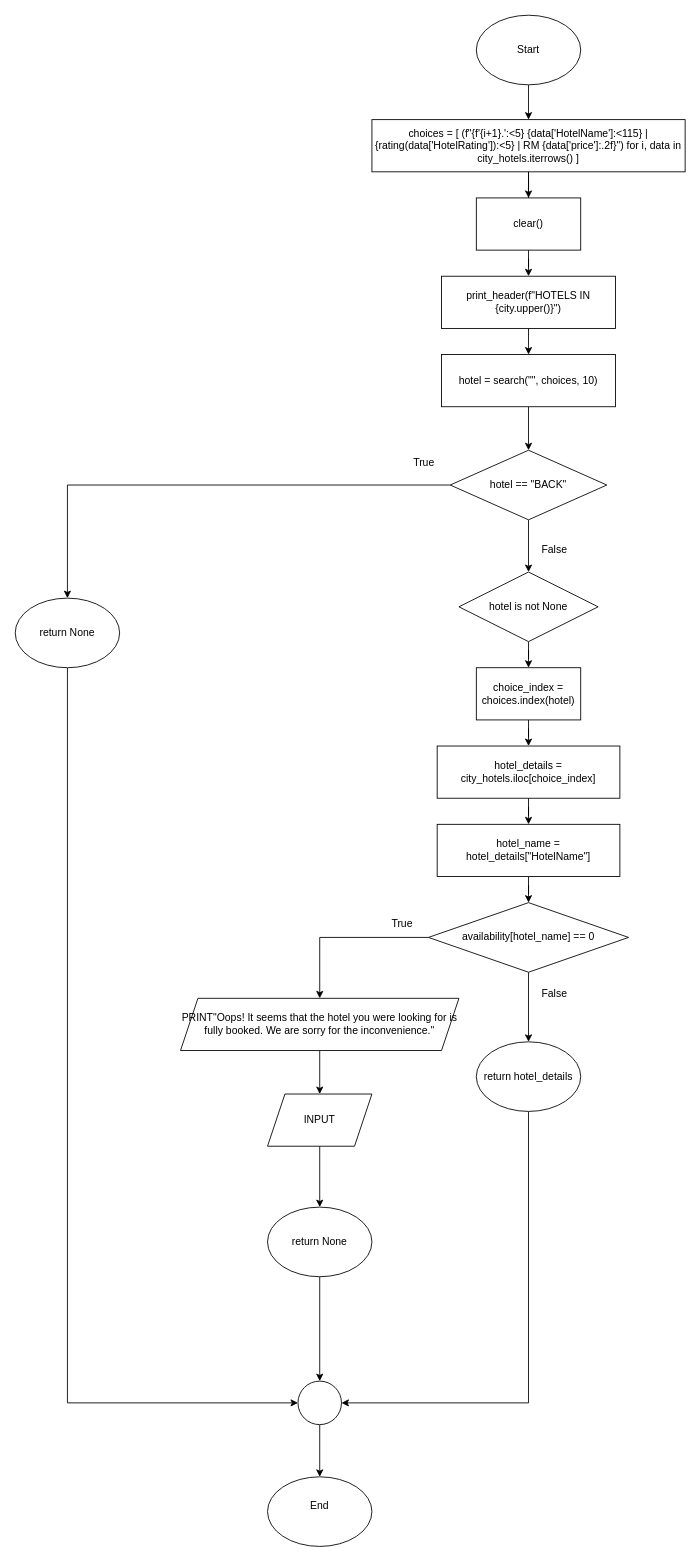
Above: page "select_hotel(city_hotels, availability, city)" (3 of 10) of flowcharts/hotel.drawio in zyyappp/travel-reservation-system (draw.io), before the change. Source tidied: cells renumbered, new cells numbered last; positions are measured from the earlier drawing's top-left corner, leaving out a move shared by most shapes. Both pictures are drawn from the tidied source at 87%, with x=0, y=0 at pixel (15, 15).
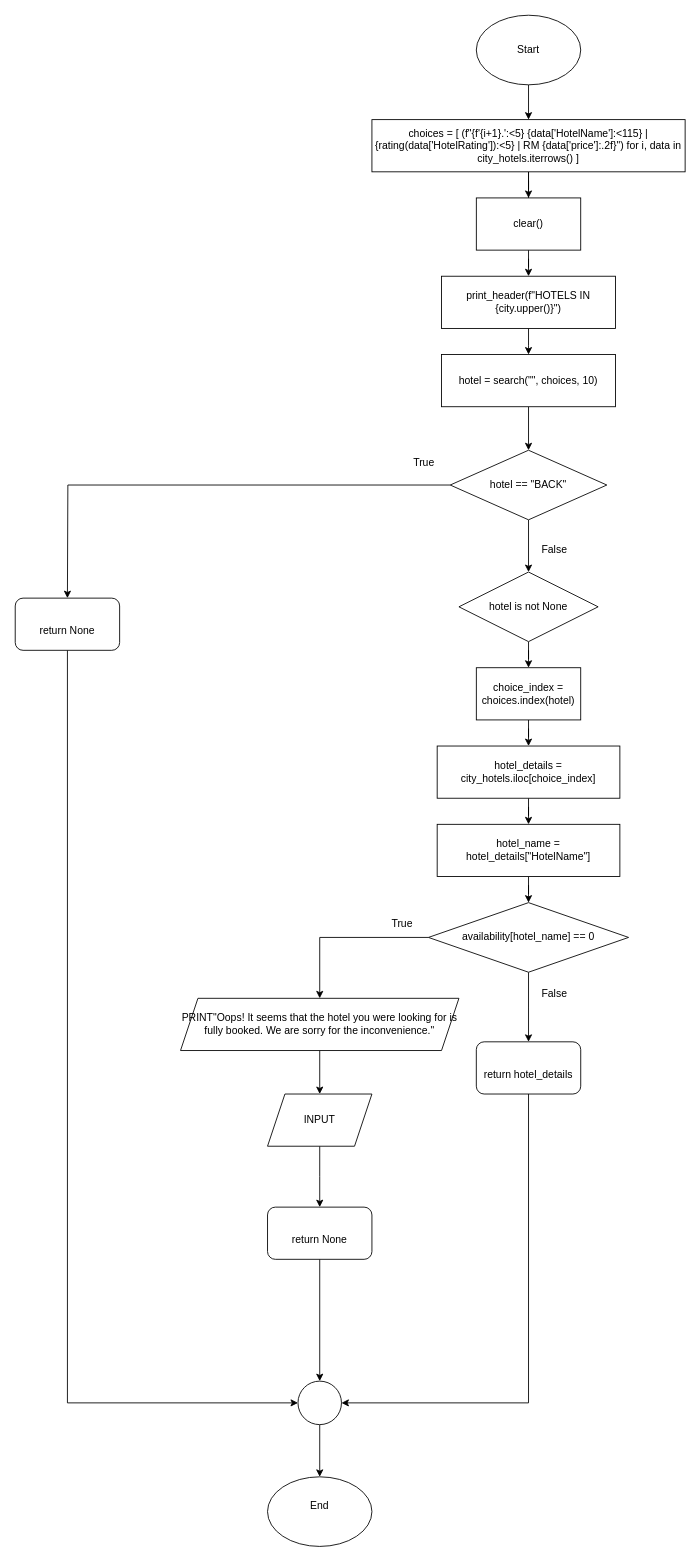
The same page after the edit.

Unchanged cells that the change refers to:
```xml
<mxCell id="15" value="hotel == &quot;BACK&quot;" style="rhombus;whiteSpace=wrap;html=1;shapeInside=1;" parent="1" vertex="1">
  <mxGeometry x="500" y="500" width="180" height="80" as="geometry" />
</mxCell>
<mxCell id="29" value="availability[hotel_name] == 0" style="rhombus;whiteSpace=wrap;html=1;shapeInside=1;" parent="1" vertex="1">
  <mxGeometry x="475" y="1020" width="230" height="80" as="geometry" />
</mxCell>
<mxCell id="33" value="INPUT" style="shape=parallelogram;perimeter=parallelogramPerimeter;whiteSpace=wrap;html=1;shapeInside=1;fixedSize=1;" parent="1" vertex="1">
  <mxGeometry x="290" y="1240" width="120" height="60" as="geometry" />
</mxCell>
<mxCell id="42" style="ellipse;whiteSpace=wrap;html=1;shapeInside=1;" parent="1" vertex="1">
  <mxGeometry x="325" y="1570" width="50" height="50" as="geometry" />
</mxCell>
```

What changed in the source:
```diff
@@
-    <mxCell id="14" style="edgeStyle=orthogonalEdgeStyle;rounded=0;jettySize=auto;html=1;" parent="1" edge="1" source="15" target="35">
-      <mxGeometry relative="1" as="geometry" />
+    <mxCell id="14" style="edgeStyle=orthogonalEdgeStyle;rounded=0;jettySize=auto;html=1;" parent="1" edge="1" source="15">
+      <mxGeometry relative="1" as="geometry">
+        <mxPoint x="60" y="670" as="targetPoint" />
+      </mxGeometry>
     </mxCell>
@@
-    <mxCell id="16" style="edgeStyle=orthogonalEdgeStyle;rounded=0;jettySize=auto;html=1;entryX=0.5;entryY=0;entryDx=0;entryDy=0;" parent="1" edge="1" source="17" target="42">
+    <mxCell id="16" style="edgeStyle=orthogonalEdgeStyle;rounded=0;jettySize=auto;html=1;entryX=0.5;entryY=0;entryDx=0;entryDy=0;exitX=0.5;exitY=1;exitDx=0;exitDy=0;" parent="1" edge="1" source="44" target="42">
       <mxGeometry relative="1" as="geometry" />
     </mxCell>
-    <mxCell id="17" value="return None" style="ellipse;whiteSpace=wrap;html=1;shapeInside=1;" parent="1" vertex="1">
-      <mxGeometry x="290" y="1370" width="120" height="80" as="geometry" />
-    </mxCell>
@@
-    <mxCell id="28" style="edgeStyle=orthogonalEdgeStyle;rounded=0;jettySize=auto;html=1;" parent="1" edge="1" source="29" target="39">
-      <mxGeometry relative="1" as="geometry" />
+    <mxCell id="28" style="edgeStyle=orthogonalEdgeStyle;rounded=0;jettySize=auto;html=1;" parent="1" edge="1" source="29">
+      <mxGeometry relative="1" as="geometry">
+        <mxPoint x="590" y="1180" as="targetPoint" />
+      </mxGeometry>
     </mxCell>
@@
-    <mxCell id="32" style="edgeStyle=orthogonalEdgeStyle;rounded=0;jettySize=auto;html=1;" parent="1" edge="1" source="33" target="17">
-      <mxGeometry relative="1" as="geometry" />
+    <mxCell id="32" style="edgeStyle=orthogonalEdgeStyle;rounded=0;jettySize=auto;html=1;" parent="1" edge="1" source="33">
+      <mxGeometry relative="1" as="geometry">
+        <mxPoint x="350" y="1370" as="targetPoint" />
+      </mxGeometry>
     </mxCell>
@@
-    <mxCell id="34" style="edgeStyle=orthogonalEdgeStyle;rounded=0;jettySize=auto;html=1;entryX=0;entryY=0.5;entryDx=0;entryDy=0;" parent="1" edge="1" source="35" target="42">
+    <mxCell id="34" style="edgeStyle=orthogonalEdgeStyle;rounded=0;jettySize=auto;html=1;entryX=0;entryY=0.5;entryDx=0;entryDy=0;exitX=0.5;exitY=1;exitDx=0;exitDy=0;" parent="1" edge="1" source="45" target="42">
       <mxGeometry relative="1" as="geometry">
         <Array as="points">
           <mxPoint x="60" y="1595" />
         </Array>
       </mxGeometry>
     </mxCell>
-    <mxCell id="35" value="return None" style="ellipse;whiteSpace=wrap;html=1;shapeInside=1;" parent="1" vertex="1">
-      <mxGeometry y="670" width="120" height="80" as="geometry" />
-    </mxCell>
@@
-    <mxCell id="38" style="edgeStyle=orthogonalEdgeStyle;rounded=0;jettySize=auto;html=1;entryX=1;entryY=0.5;entryDx=0;entryDy=0;" parent="1" edge="1" source="39" target="42">
+    <mxCell id="38" style="edgeStyle=orthogonalEdgeStyle;rounded=0;jettySize=auto;html=1;entryX=1;entryY=0.5;entryDx=0;entryDy=0;exitX=0.5;exitY=1;exitDx=0;exitDy=0;" parent="1" edge="1" source="39" target="42">
       <mxGeometry relative="1" as="geometry">
         <Array as="points">
           <mxPoint x="590" y="1595" />
         </Array>
       </mxGeometry>
     </mxCell>
-    <mxCell id="39" value="return hotel_details" style="ellipse;whiteSpace=wrap;html=1;shapeInside=1;" parent="1" vertex="1">
-      <mxGeometry x="530" y="1180" width="120" height="80" as="geometry" />
-    </mxCell>
@@
+    <mxCell id="44" value="&lt;div&gt;&lt;br&gt;&lt;/div&gt;&lt;div&gt;return None&lt;/div&gt;" style="rounded=1;whiteSpace=wrap;html=1;" parent="1" vertex="1">
+      <mxGeometry x="290" y="1370" width="120" height="60" as="geometry" />
+    </mxCell>
+    <mxCell id="39" value="&lt;div&gt;&lt;br&gt;&lt;/div&gt;&lt;div&gt;return hotel_details&lt;/div&gt;" style="rounded=1;whiteSpace=wrap;html=1;" parent="1" vertex="1">
+      <mxGeometry x="530" y="1180" width="120" height="60" as="geometry" />
+    </mxCell>
+    <mxCell id="45" value="&lt;div&gt;&lt;br&gt;&lt;/div&gt;&lt;div&gt;return None&lt;/div&gt;" style="rounded=1;whiteSpace=wrap;html=1;" parent="1" vertex="1">
+      <mxGeometry y="670" width="120" height="60" as="geometry" />
+    </mxCell>
```
